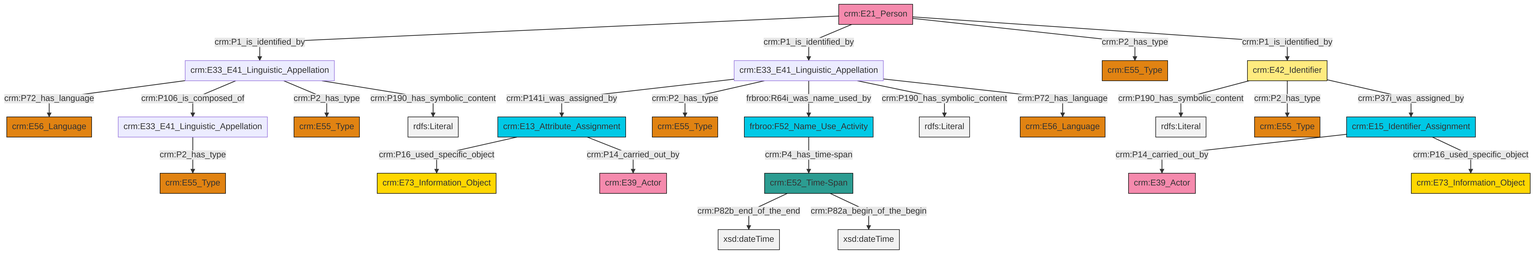
Above: et/personCSV/ttl/mmd/png/Person_Names_and_Classification.png in swiss-art-research-net/docs.swissartresearch (Mermaid), before the change. Its source is kept beside it as et/personCSV/ttl/mmd/Person_Names_and_Classification.ttl.mmd.
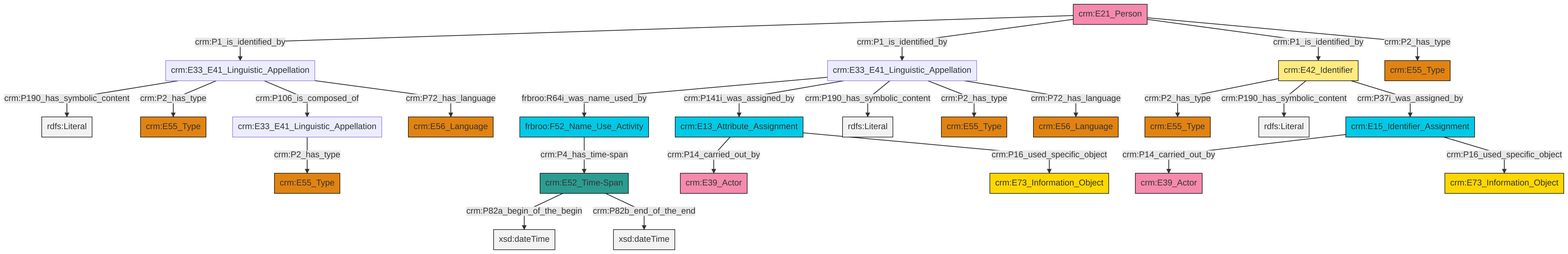
Above is the later version.

What changed in the source:
```diff
@@ -13,27 +13,27 @@
 classDef PC_Classes fill:#4ce600, stroke:#000000;
 classDef Multi fill:#cccccc,stroke:#000000;
 
-8["crm:E13_Attribute_Assignment"]:::Temporal_Entity -->|crm:P16_used_specific_object| 9["crm:E73_Information_Object"]:::Conceptual_Object
-12["crm:E21_Person"]:::Actor -->|crm:P1_is_identified_by| 13["crm:E33_E41_Linguistic_Appellation"]:::Default
-4["crm:E33_E41_Linguistic_Appellation"]:::Default -->|crm:P141i_was_assigned_by| 8["crm:E13_Attribute_Assignment"]:::Temporal_Entity
-12["crm:E21_Person"]:::Actor -->|crm:P1_is_identified_by| 4["crm:E33_E41_Linguistic_Appellation"]:::Default
-6["crm:E52_Time-Span"]:::Time-Span -->|crm:P82b_end_of_the_end| 15[xsd:dateTime]:::Literal
-10["crm:E15_Identifier_Assignment"]:::Temporal_Entity -->|crm:P14_carried_out_by| 23["crm:E39_Actor"]:::Actor
-24["crm:E33_E41_Linguistic_Appellation"]:::Default -->|crm:P2_has_type| 21["crm:E55_Type"]:::Type
-13["crm:E33_E41_Linguistic_Appellation"]:::Default -->|crm:P72_has_language| 25["crm:E56_Language"]:::Type
-6["crm:E52_Time-Span"]:::Time-Span -->|crm:P82a_begin_of_the_begin| 26[xsd:dateTime]:::Literal
-12["crm:E21_Person"]:::Actor -->|crm:P2_has_type| 16["crm:E55_Type"]:::Type
-13["crm:E33_E41_Linguistic_Appellation"]:::Default -->|crm:P106_is_composed_of| 24["crm:E33_E41_Linguistic_Appellation"]:::Default
-10["crm:E15_Identifier_Assignment"]:::Temporal_Entity -->|crm:P16_used_specific_object| 0["crm:E73_Information_Object"]:::Conceptual_Object
-18["crm:E42_Identifier"]:::Appellation -->|crm:P190_has_symbolic_content| 29[rdfs:Literal]:::Literal
-4["crm:E33_E41_Linguistic_Appellation"]:::Default -->|crm:P2_has_type| 30["crm:E55_Type"]:::Type
-13["crm:E33_E41_Linguistic_Appellation"]:::Default -->|crm:P2_has_type| 2["crm:E55_Type"]:::Type
-39["frbroo:F52_Name_Use_Activity"]:::Temporal_Entity -->|crm:P4_has_time-span| 6["crm:E52_Time-Span"]:::Time-Span
-4["crm:E33_E41_Linguistic_Appellation"]:::Default -->|frbroo:R64i_was_name_used_by| 39["frbroo:F52_Name_Use_Activity"]:::Temporal_Entity
-18["crm:E42_Identifier"]:::Appellation -->|crm:P2_has_type| 36["crm:E55_Type"]:::Type
-4["crm:E33_E41_Linguistic_Appellation"]:::Default -->|crm:P190_has_symbolic_content| 41[rdfs:Literal]:::Literal
-18["crm:E42_Identifier"]:::Appellation -->|crm:P37i_was_assigned_by| 10["crm:E15_Identifier_Assignment"]:::Temporal_Entity
-4["crm:E33_E41_Linguistic_Appellation"]:::Default -->|crm:P72_has_language| 34["crm:E56_Language"]:::Type
-12["crm:E21_Person"]:::Actor -->|crm:P1_is_identified_by| 18["crm:E42_Identifier"]:::Appellation
-13["crm:E33_E41_Linguistic_Appellation"]:::Default -->|crm:P190_has_symbolic_content| 46[rdfs:Literal]:::Literal
-8["crm:E13_Attribute_Assignment"]:::Temporal_Entity -->|crm:P14_carried_out_by| 44["crm:E39_Actor"]:::Actor
+4["crm:E13_Attribute_Assignment"]:::Temporal_Entity -->|crm:P14_carried_out_by| 5["crm:E39_Actor"]:::Actor
+6["crm:E21_Person"]:::Actor -->|crm:P1_is_identified_by| 7["crm:E33_E41_Linguistic_Appellation"]:::Default
+8["crm:E42_Identifier"]:::Appellation -->|crm:P2_has_type| 9["crm:E55_Type"]:::Type
+10["crm:E33_E41_Linguistic_Appellation"]:::Default -->|crm:P2_has_type| 11["crm:E55_Type"]:::Type
+6["crm:E21_Person"]:::Actor -->|crm:P1_is_identified_by| 14["crm:E33_E41_Linguistic_Appellation"]:::Default
+14["crm:E33_E41_Linguistic_Appellation"]:::Default -->|frbroo:R64i_was_name_used_by| 15["frbroo:F52_Name_Use_Activity"]:::Temporal_Entity
+16["crm:E52_Time-Span"]:::Time-Span -->|crm:P82a_begin_of_the_begin| 17[xsd:dateTime]:::Literal
+8["crm:E42_Identifier"]:::Appellation -->|crm:P190_has_symbolic_content| 18[rdfs:Literal]:::Literal
+15["frbroo:F52_Name_Use_Activity"]:::Temporal_Entity -->|crm:P4_has_time-span| 16["crm:E52_Time-Span"]:::Time-Span
+6["crm:E21_Person"]:::Actor -->|crm:P1_is_identified_by| 8["crm:E42_Identifier"]:::Appellation
+0["crm:E15_Identifier_Assignment"]:::Temporal_Entity -->|crm:P14_carried_out_by| 21["crm:E39_Actor"]:::Actor
+7["crm:E33_E41_Linguistic_Appellation"]:::Default -->|crm:P190_has_symbolic_content| 23[rdfs:Literal]:::Literal
+14["crm:E33_E41_Linguistic_Appellation"]:::Default -->|crm:P141i_was_assigned_by| 4["crm:E13_Attribute_Assignment"]:::Temporal_Entity
+7["crm:E33_E41_Linguistic_Appellation"]:::Default -->|crm:P2_has_type| 34["crm:E55_Type"]:::Type
+7["crm:E33_E41_Linguistic_Appellation"]:::Default -->|crm:P106_is_composed_of| 10["crm:E33_E41_Linguistic_Appellation"]:::Default
+0["crm:E15_Identifier_Assignment"]:::Temporal_Entity -->|crm:P16_used_specific_object| 26["crm:E73_Information_Object"]:::Conceptual_Object
+14["crm:E33_E41_Linguistic_Appellation"]:::Default -->|crm:P190_has_symbolic_content| 38[rdfs:Literal]:::Literal
+7["crm:E33_E41_Linguistic_Appellation"]:::Default -->|crm:P72_has_language| 39["crm:E56_Language"]:::Type
+16["crm:E52_Time-Span"]:::Time-Span -->|crm:P82b_end_of_the_end| 40[xsd:dateTime]:::Literal
+6["crm:E21_Person"]:::Actor -->|crm:P2_has_type| 24["crm:E55_Type"]:::Type
+4["crm:E13_Attribute_Assignment"]:::Temporal_Entity -->|crm:P16_used_specific_object| 36["crm:E73_Information_Object"]:::Conceptual_Object
+14["crm:E33_E41_Linguistic_Appellation"]:::Default -->|crm:P2_has_type| 42["crm:E55_Type"]:::Type
+8["crm:E42_Identifier"]:::Appellation -->|crm:P37i_was_assigned_by| 0["crm:E15_Identifier_Assignment"]:::Temporal_Entity
+14["crm:E33_E41_Linguistic_Appellation"]:::Default -->|crm:P72_has_language| 2["crm:E56_Language"]:::Type
```
